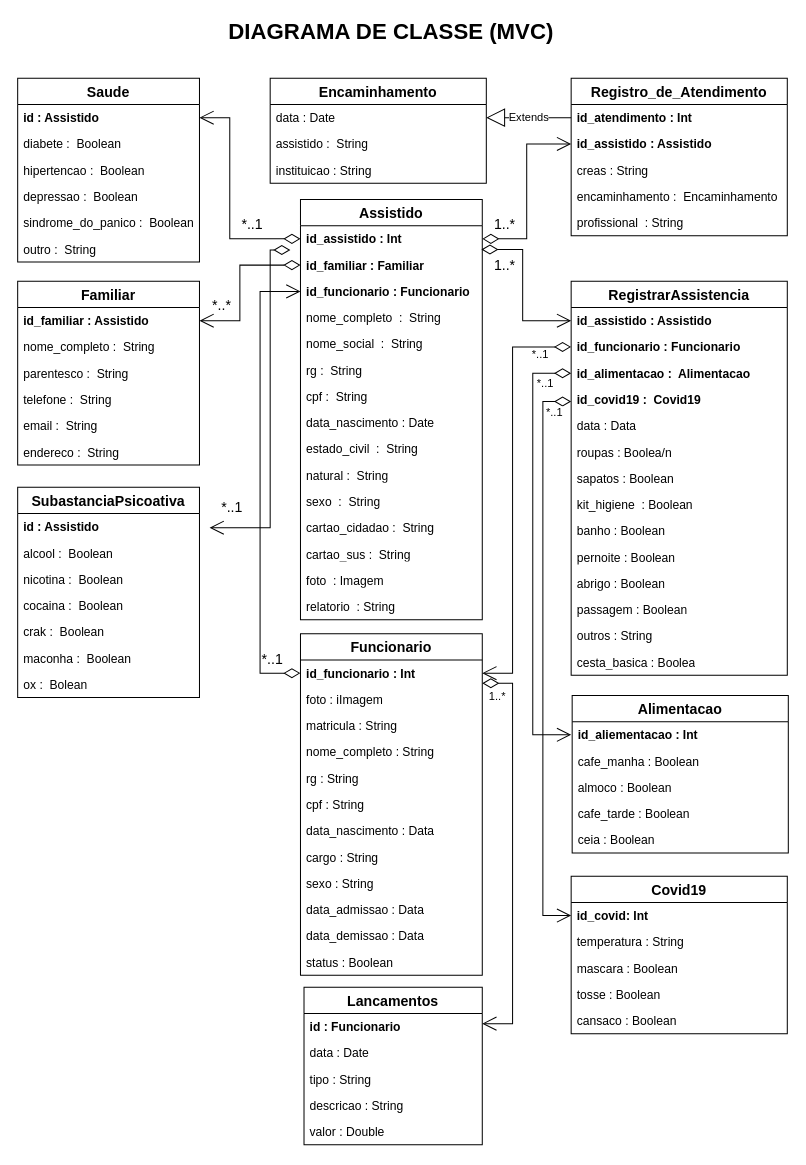
The draw.io diagram DOCUMENTOS/DIAGRAMA DE CLASSE.drawio in DanielS262/Projeto-ONG, before the edit. Source tidied: cells renumbered, new cells numbered last; positions are measured from the earlier drawing's top-left corner, leaving out a move shared by most shapes. Both pictures are drawn from the tidied source at 101%, with x=0, y=0 at pixel (17, 17).
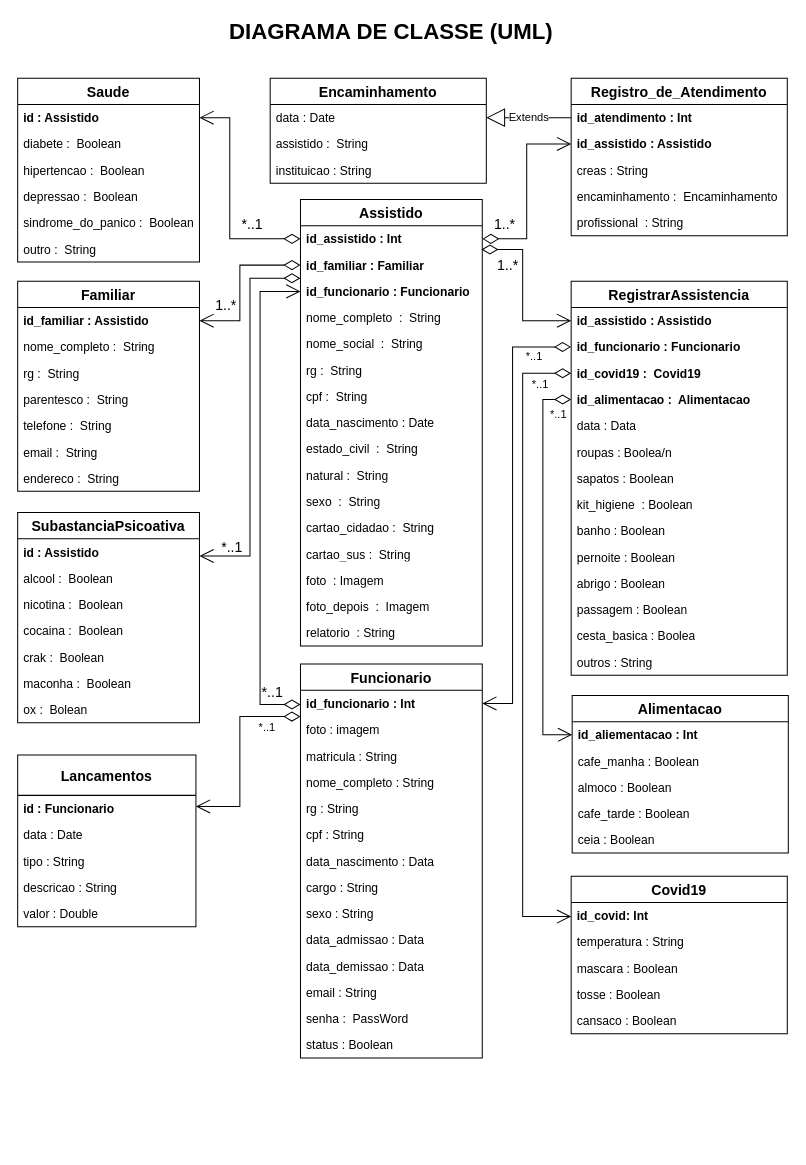
Above is the later version.

Commit message (it also covers changes not shown here):
ATUALIZAÇÃO, DIAG. CLASSE, DCU E SITE

Unchanged cells that the change refers to:
```xml
<mxCell id="5" value="id_funcionario : Funcionario" style="text;strokeColor=none;fillColor=none;align=left;verticalAlign=top;spacingLeft=4;spacingRight=4;overflow=hidden;points=[[0,0.5],[1,0.5]];portConstraint=eastwest;fontStyle=1;" parent="2" vertex="1">
  <mxGeometry y="78" width="180" height="26" as="geometry" />
</mxCell>
<mxCell id="29" value="id_funcionario : Int" style="text;strokeColor=none;fillColor=none;align=left;verticalAlign=top;spacingLeft=4;spacingRight=4;overflow=hidden;points=[[0,0.5],[1,0.5]];portConstraint=eastwest;fontStyle=1;" parent="28" vertex="1">
  <mxGeometry y="26" width="180" height="26" as="geometry" />
</mxCell>
<mxCell id="41" value="RegistrarAssistencia" style="swimlane;fontStyle=1;horizontal=1;startSize=26;fillColor=none;fontSize=14;" parent="1" vertex="1">
  <mxGeometry x="548" y="261" width="214" height="390" as="geometry" />
</mxCell>
<mxCell id="43" value="id_funcionario : Funcionario" style="text;strokeColor=none;fillColor=none;align=left;verticalAlign=top;spacingLeft=4;spacingRight=4;overflow=hidden;points=[[0,0.5],[1,0.5]];portConstraint=eastwest;fontStyle=1;" parent="41" vertex="1">
  <mxGeometry y="52" width="214" height="26" as="geometry" />
</mxCell>
<mxCell id="57" value="id : Assistido" style="text;strokeColor=none;fillColor=none;align=left;verticalAlign=top;spacingLeft=4;spacingRight=4;overflow=hidden;points=[[0,0.5],[1,0.5]];portConstraint=eastwest;fontStyle=1;" parent="56" vertex="1">
  <mxGeometry y="26" width="180" height="26" as="geometry" />
</mxCell>
<mxCell id="89" style="endArrow=open;html=1;endSize=12;startArrow=diamondThin;startSize=14;startFill=0;edgeStyle=orthogonalEdgeStyle;rounded=0;fontSize=14;entryX=1;entryY=0.5;entryDx=0;entryDy=0;exitX=0;exitY=0.5;exitDx=0;exitDy=0;" parent="1" edge="1" source="4" target="22">
  <mxGeometry relative="1" as="geometry">
    <Array as="points">
      <mxPoint x="220" y="245" />
      <mxPoint x="220" y="300" />
    </Array>
  </mxGeometry>
</mxCell>
<mxCell id="94" value="id_aliementacao : Int" style="text;strokeColor=none;fillColor=none;align=left;verticalAlign=top;spacingLeft=4;spacingRight=4;overflow=hidden;points=[[0,0.5],[1,0.5]];portConstraint=eastwest;fontStyle=1;" parent="93" vertex="1">
  <mxGeometry y="26" width="214" height="26" as="geometry" />
</mxCell>
<mxCell id="103" value="id_covid: Int" style="text;strokeColor=none;fillColor=none;align=left;verticalAlign=top;spacingLeft=4;spacingRight=4;overflow=hidden;points=[[0,0.5],[1,0.5]];portConstraint=eastwest;fontStyle=1;" parent="102" vertex="1">
  <mxGeometry y="26" width="214" height="26" as="geometry" />
</mxCell>
```

Change to the diagram source:
```diff
@@
     <mxCell id="2" value="Assistido" style="swimlane;fontStyle=1;horizontal=1;startSize=26;fillColor=none;fontSize=14;" parent="1" vertex="1">
-      <mxGeometry x="280" y="180" width="180" height="416" as="geometry" />
+      <mxGeometry x="280" y="180" width="180" height="442" as="geometry" />
     </mxCell>
@@
-    <mxCell id="16" style="endArrow=open;html=1;endSize=12;startArrow=diamondThin;startSize=14;startFill=0;edgeStyle=orthogonalEdgeStyle;rounded=0;fontSize=14;" parent="2" edge="1">
-      <mxGeometry relative="1" as="geometry">
-        <mxPoint x="-10" y="50" as="sourcePoint" />
-        <mxPoint x="-90" y="325" as="targetPoint" />
-        <Array as="points">
-          <mxPoint x="-30" y="325" />
-        </Array>
-      </mxGeometry>
-    </mxCell>
-    <mxCell id="17" value="*..*" style="edgeLabel;html=1;align=left;verticalAlign=top;fontSize=14;" parent="16" vertex="1">
-      <mxGeometry x="-1" relative="1" as="geometry">
-        <mxPoint x="-79" y="40" as="offset" />
-      </mxGeometry>
-    </mxCell>
-    <mxCell id="18" value="1..*" style="edgeLabel;html=1;align=left;verticalAlign=top;fontSize=14;" parent="16" vertex="1">
-      <mxGeometry x="-1" relative="1" as="geometry">
-        <mxPoint x="200" as="offset" />
-      </mxGeometry>
-    </mxCell>
@@
-    <mxCell id="20" value="relatorio  : String" style="text;strokeColor=none;fillColor=none;align=left;verticalAlign=top;spacingLeft=4;spacingRight=4;overflow=hidden;whiteSpace=wrap;" parent="2" vertex="1">
+    <mxCell id="20" value="foto_depois  :  Imagem" style="text;strokeColor=none;fillColor=none;align=left;verticalAlign=top;spacingLeft=4;spacingRight=4;overflow=hidden;whiteSpace=wrap;" parent="2" vertex="1">
       <mxGeometry y="390" width="180" height="26" as="geometry" />
     </mxCell>
+    <mxCell id="118" value="relatorio  : String" style="text;strokeColor=none;fillColor=none;align=left;verticalAlign=top;spacingLeft=4;spacingRight=4;overflow=hidden;whiteSpace=wrap;" parent="2" vertex="1">
+      <mxGeometry y="416" width="180" height="26" as="geometry" />
+    </mxCell>
     <mxCell id="21" value="Familiar" style="swimlane;fontStyle=1;horizontal=1;startSize=26;fillColor=none;fontSize=14;" parent="1" vertex="1">
-      <mxGeometry y="261" width="180" height="182" as="geometry" />
+      <mxGeometry y="261" width="180" height="208" as="geometry" />
     </mxCell>
@@
+    <mxCell id="119" value="rg :  String" style="text;strokeColor=none;fillColor=none;align=left;verticalAlign=top;spacingLeft=4;spacingRight=4;overflow=hidden;" parent="21" vertex="1">
+      <mxGeometry y="78" width="180" height="26" as="geometry" />
+    </mxCell>
     <mxCell id="24" value="parentesco :  String" style="text;strokeColor=none;fillColor=none;align=left;verticalAlign=top;spacingLeft=4;spacingRight=4;overflow=hidden;" parent="21" vertex="1">
-      <mxGeometry y="78" width="180" height="26" as="geometry" />
+      <mxGeometry y="104" width="180" height="26" as="geometry" />
     </mxCell>
     <mxCell id="25" value="telefone :  String" style="text;strokeColor=none;fillColor=none;align=left;verticalAlign=top;spacingLeft=4;spacingRight=4;overflow=hidden;" parent="21" vertex="1">
-      <mxGeometry y="104" width="180" height="26" as="geometry" />
+      <mxGeometry y="130" width="180" height="26" as="geometry" />
     </mxCell>
     <mxCell id="26" value="email :  String" style="text;strokeColor=none;fillColor=none;align=left;verticalAlign=top;spacingLeft=4;spacingRight=4;overflow=hidden;" parent="21" vertex="1">
-      <mxGeometry y="130" width="180" height="26" as="geometry" />
+      <mxGeometry y="156" width="180" height="26" as="geometry" />
     </mxCell>
     <mxCell id="27" value="endereco :  String" style="text;strokeColor=none;fillColor=none;align=left;verticalAlign=top;spacingLeft=4;spacingRight=4;overflow=hidden;" parent="21" vertex="1">
-      <mxGeometry y="156" width="180" height="26" as="geometry" />
+      <mxGeometry y="182" width="180" height="26" as="geometry" />
     </mxCell>
     <mxCell id="28" value="Funcionario" style="swimlane;fontStyle=1;horizontal=1;startSize=26;fillColor=none;fontSize=14;" parent="1" vertex="1">
-      <mxGeometry x="280" y="610" width="180" height="338" as="geometry" />
+      <mxGeometry x="280" y="640" width="180" height="390" as="geometry" />
     </mxCell>
@@
-    <mxCell id="30" value="foto : iImagem" style="text;strokeColor=none;fillColor=none;align=left;verticalAlign=top;spacingLeft=4;spacingRight=4;overflow=hidden;" parent="28" vertex="1">
+    <mxCell id="30" value="foto : imagem" style="text;strokeColor=none;fillColor=none;align=left;verticalAlign=top;spacingLeft=4;spacingRight=4;overflow=hidden;" parent="28" vertex="1">
       <mxGeometry y="52" width="180" height="26" as="geometry" />
     </mxCell>
@@
-    <mxCell id="40" value="status : Boolean" style="text;strokeColor=none;fillColor=none;align=left;verticalAlign=top;spacingLeft=4;spacingRight=4;overflow=hidden;" parent="28" vertex="1">
+    <mxCell id="40" value="email : String" style="text;strokeColor=none;fillColor=none;align=left;verticalAlign=top;spacingLeft=4;spacingRight=4;overflow=hidden;" parent="28" vertex="1">
       <mxGeometry y="312" width="180" height="26" as="geometry" />
     </mxCell>
+    <mxCell id="120" value="senha :  PassWord" style="text;strokeColor=none;fillColor=none;align=left;verticalAlign=top;spacingLeft=4;spacingRight=4;overflow=hidden;" parent="28" vertex="1">
+      <mxGeometry y="338" width="180" height="26" as="geometry" />
+    </mxCell>
+    <mxCell id="121" value="status : Boolean" style="text;strokeColor=none;fillColor=none;align=left;verticalAlign=top;spacingLeft=4;spacingRight=4;overflow=hidden;" parent="28" vertex="1">
+      <mxGeometry y="364" width="180" height="26" as="geometry" />
+    </mxCell>
@@
+    <mxCell id="45" value="id_covid19 :  Covid19" style="text;strokeColor=none;fillColor=none;align=left;verticalAlign=top;spacingLeft=4;spacingRight=4;overflow=hidden;points=[[0,0.5],[1,0.5]];portConstraint=eastwest;fontStyle=1;" parent="41" vertex="1">
+      <mxGeometry y="78" width="214" height="26" as="geometry" />
+    </mxCell>
     <mxCell id="44" value="id_alimentacao :  Alimentacao" style="text;strokeColor=none;fillColor=none;align=left;verticalAlign=top;spacingLeft=4;spacingRight=4;overflow=hidden;points=[[0,0.5],[1,0.5]];portConstraint=eastwest;fontStyle=1;" parent="41" vertex="1">
-      <mxGeometry y="78" width="214" height="26" as="geometry" />
+      <mxGeometry y="104" width="214" height="26" as="geometry" />
     </mxCell>
-    <mxCell id="45" value="id_covid19 :  Covid19" style="text;strokeColor=none;fillColor=none;align=left;verticalAlign=top;spacingLeft=4;spacingRight=4;overflow=hidden;points=[[0,0.5],[1,0.5]];portConstraint=eastwest;fontStyle=1;" parent="41" vertex="1">
-      <mxGeometry y="104" width="214" height="26" as="geometry" />
-    </mxCell>
@@
+    <mxCell id="55" value="cesta_basica : Boolea" style="text;strokeColor=none;fillColor=none;align=left;verticalAlign=top;spacingLeft=4;spacingRight=4;overflow=hidden;whiteSpace=wrap;" parent="41" vertex="1">
+      <mxGeometry y="338" width="214" height="26" as="geometry" />
+    </mxCell>
     <mxCell id="54" value="outros : String" style="text;strokeColor=none;fillColor=none;align=left;verticalAlign=top;spacingLeft=4;spacingRight=4;overflow=hidden;whiteSpace=wrap;" parent="41" vertex="1">
-      <mxGeometry y="338" width="214" height="26" as="geometry" />
+      <mxGeometry y="364" width="214" height="26" as="geometry" />
     </mxCell>
-    <mxCell id="55" value="cesta_basica : Boolea" style="text;strokeColor=none;fillColor=none;align=left;verticalAlign=top;spacingLeft=4;spacingRight=4;overflow=hidden;whiteSpace=wrap;" parent="41" vertex="1">
-      <mxGeometry y="364" width="214" height="26" as="geometry" />
-    </mxCell>
     <mxCell id="56" value="SubastanciaPsicoativa" style="swimlane;fontStyle=1;horizontal=1;startSize=26;fillColor=none;fontSize=14;" parent="1" vertex="1">
-      <mxGeometry y="465" width="180" height="208" as="geometry" />
+      <mxGeometry y="490" width="180" height="208" as="geometry" />
     </mxCell>
@@
-    <mxCell id="77" value="DIAGRAMA DE CLASSE (MVC)" style="text;html=1;strokeColor=none;fillColor=none;align=center;verticalAlign=middle;whiteSpace=wrap;rounded=0;fontStyle=1;horizontal=1;fontSize=22;" parent="1" vertex="1">
+    <mxCell id="77" value="DIAGRAMA DE CLASSE (UML)" style="text;html=1;strokeColor=none;fillColor=none;align=center;verticalAlign=middle;whiteSpace=wrap;rounded=0;fontStyle=1;horizontal=1;fontSize=22;" parent="1" vertex="1">
       <mxGeometry x="192" width="356" height="30" as="geometry" />
     </mxCell>
@@
-    <mxCell id="82" value="Lancamentos" style="swimlane;fontStyle=1;horizontal=1;startSize=26;fillColor=none;fontSize=14;" parent="1" vertex="1">
-      <mxGeometry x="283.5" y="960" width="176.5" height="156" as="geometry" />
+    <mxCell id="82" value="Lancamentos" style="swimlane;fontStyle=1;horizontal=1;startSize=40;fillColor=none;fontSize=14;" parent="1" vertex="1">
+      <mxGeometry y="730" width="176.5" height="170" as="geometry" />
     </mxCell>
     <mxCell id="83" value="id : Funcionario" style="text;strokeColor=none;fillColor=none;align=left;verticalAlign=top;spacingLeft=4;spacingRight=4;overflow=hidden;points=[[0,0.5],[1,0.5]];portConstraint=eastwest;fontStyle=1;" parent="82" vertex="1">
-      <mxGeometry y="26" width="176.5" height="26" as="geometry" />
+      <mxGeometry y="40" width="176.5" height="26" as="geometry" />
     </mxCell>
     <mxCell id="84" value="data : Date" style="text;strokeColor=none;fillColor=none;align=left;verticalAlign=top;spacingLeft=4;spacingRight=4;overflow=hidden;fontStyle=0;" parent="82" vertex="1">
-      <mxGeometry y="52" width="176.5" height="26" as="geometry" />
+      <mxGeometry y="66" width="176.5" height="26" as="geometry" />
     </mxCell>
     <mxCell id="85" value="tipo : String" style="text;strokeColor=none;fillColor=none;align=left;verticalAlign=top;spacingLeft=4;spacingRight=4;overflow=hidden;fontStyle=0;" parent="82" vertex="1">
-      <mxGeometry y="78" width="176.5" height="26" as="geometry" />
+      <mxGeometry y="92" width="176.5" height="26" as="geometry" />
     </mxCell>
     <mxCell id="86" value="descricao : String" style="text;strokeColor=none;fillColor=none;align=left;verticalAlign=top;spacingLeft=4;spacingRight=4;overflow=hidden;fontStyle=0;" parent="82" vertex="1">
-      <mxGeometry y="104" width="176.5" height="26" as="geometry" />
+      <mxGeometry y="118" width="176.5" height="26" as="geometry" />
     </mxCell>
     <mxCell id="87" value="valor : Double" style="text;strokeColor=none;fillColor=none;align=left;verticalAlign=top;spacingLeft=4;spacingRight=4;overflow=hidden;fontStyle=0;" parent="82" vertex="1">
-      <mxGeometry y="130" width="176.5" height="26" as="geometry" />
+      <mxGeometry y="144" width="176.5" height="26" as="geometry" />
     </mxCell>
@@
+    <mxCell id="91" value="*..1" style="edgeLabel;html=1;align=left;verticalAlign=top;fontSize=14;" parent="89" vertex="1">
+      <mxGeometry x="-1" relative="1" as="geometry">
+        <mxPoint x="-80" y="265" as="offset" />
+      </mxGeometry>
+    </mxCell>
     <mxCell id="90" value="*..1" style="edgeLabel;html=1;align=left;verticalAlign=top;fontSize=14;" parent="89" vertex="1">
       <mxGeometry x="-1" relative="1" as="geometry">
-        <mxPoint x="-40" y="375" as="offset" />
+        <mxPoint x="-40" y="408" as="offset" />
       </mxGeometry>
     </mxCell>
-    <mxCell id="91" value="*..1" style="edgeLabel;html=1;align=left;verticalAlign=top;fontSize=14;" parent="89" vertex="1">
-      <mxGeometry x="-1" relative="1" as="geometry">
-        <mxPoint x="-80" y="225" as="offset" />
-      </mxGeometry>
-    </mxCell>
-    <mxCell id="92" style="endArrow=open;html=1;endSize=12;startArrow=diamondThin;startSize=14;startFill=0;edgeStyle=orthogonalEdgeStyle;rounded=0;fontSize=14;entryX=0;entryY=0.5;entryDx=0;entryDy=0;" parent="1" edge="1" source="29" target="5">
+    <mxCell id="92" style="endArrow=open;html=1;endSize=12;startArrow=diamondThin;startSize=14;startFill=0;edgeStyle=orthogonalEdgeStyle;rounded=0;fontSize=14;entryX=0;entryY=0.5;entryDx=0;entryDy=0;" parent="1" edge="1" source="28" target="5">
       <mxGeometry relative="1" as="geometry">
         <Array as="points">
-          <mxPoint x="240" y="649" />
+          <mxPoint x="240" y="680" />
           <mxPoint x="240" y="271" />
         </Array>
       </mxGeometry>
     </mxCell>
@@
-    <mxCell id="99" style="endArrow=open;html=1;endSize=12;startArrow=diamondThin;startSize=14;startFill=0;edgeStyle=orthogonalEdgeStyle;rounded=0;exitX=0;exitY=0.5;exitDx=0;exitDy=0;" parent="1" edge="1" source="44">
+    <mxCell id="99" style="endArrow=open;html=1;endSize=12;startArrow=diamondThin;startSize=14;startFill=0;edgeStyle=orthogonalEdgeStyle;rounded=0;" parent="1" edge="1" target="103">
       <mxGeometry relative="1" as="geometry">
-        <mxPoint x="548" y="710" as="targetPoint" />
+        <mxPoint x="548" y="352" as="sourcePoint" />
         <Array as="points">
-          <mxPoint x="510" y="352" />
-          <mxPoint x="510" y="710" />
+          <mxPoint x="500" y="352" />
+          <mxPoint x="500" y="890" />
         </Array>
       </mxGeometry>
     </mxCell>
     <mxCell id="100" value="*..1" style="edgeLabel;html=1;align=right;verticalAlign=top;" parent="99" vertex="1">
       <mxGeometry x="1" relative="1" as="geometry">
-        <mxPoint x="-17" y="-361" as="offset" />
+        <mxPoint x="-4" y="-510" as="offset" />
       </mxGeometry>
     </mxCell>
     <mxCell id="101" value="*..1" style="edgeLabel;html=1;align=right;verticalAlign=top;" parent="99" vertex="1">
       <mxGeometry x="1" relative="1" as="geometry">
-        <mxPoint x="-22" y="-390" as="offset" />
+        <mxPoint x="-22" y="-540" as="offset" />
       </mxGeometry>
     </mxCell>
+    <mxCell id="109" value="*..1" style="edgeLabel;html=1;align=right;verticalAlign=top;" parent="99" vertex="1">
+      <mxGeometry x="1" relative="1" as="geometry">
+        <mxPoint x="-28" y="-568" as="offset" />
+      </mxGeometry>
+    </mxCell>
@@
-    <mxCell id="108" style="endArrow=open;html=1;endSize=12;startArrow=diamondThin;startSize=14;startFill=0;edgeStyle=orthogonalEdgeStyle;rounded=0;entryX=0;entryY=0.5;entryDx=0;entryDy=0;" parent="1" edge="1" source="45" target="103">
-      <mxGeometry relative="1" as="geometry">
-        <Array as="points">
-          <mxPoint x="520" y="380" />
-          <mxPoint x="520" y="889" />
-        </Array>
-      </mxGeometry>
-    </mxCell>
-    <mxCell id="109" value="*..1" style="edgeLabel;html=1;align=right;verticalAlign=top;" parent="108" vertex="1">
-      <mxGeometry x="1" relative="1" as="geometry">
-        <mxPoint x="-8" y="-511" as="offset" />
-      </mxGeometry>
-    </mxCell>
     <mxCell id="110" style="endArrow=open;html=1;endSize=12;startArrow=diamondThin;startSize=14;startFill=0;edgeStyle=orthogonalEdgeStyle;rounded=0;fontSize=14;" parent="1" edge="1" source="43" target="29">
       <mxGeometry relative="1" as="geometry">
         <Array as="points">
           <mxPoint x="490" y="326" />
-          <mxPoint x="490" y="649" />
+          <mxPoint x="490" y="679" />
         </Array>
       </mxGeometry>
     </mxCell>
@@
-    <mxCell id="116" style="endArrow=open;html=1;endSize=12;startArrow=diamondThin;startSize=14;startFill=0;edgeStyle=orthogonalEdgeStyle;rounded=0;" parent="1" edge="1" target="83">
-      <mxGeometry relative="1" as="geometry">
-        <mxPoint x="460" y="659" as="sourcePoint" />
-        <Array as="points">
-          <mxPoint x="490" y="659" />
-          <mxPoint x="490" y="996" />
-        </Array>
-      </mxGeometry>
-    </mxCell>
-    <mxCell id="117" value="1..*" style="edgeLabel;html=1;align=left;verticalAlign=top;" parent="116" vertex="1">
-      <mxGeometry x="-1" relative="1" as="geometry">
-        <mxPoint x="5" as="offset" />
-      </mxGeometry>
-    </mxCell>
+    <mxCell id="16" style="endArrow=open;html=1;endSize=12;startArrow=diamondThin;startSize=14;startFill=0;edgeStyle=orthogonalEdgeStyle;rounded=0;fontSize=14;" parent="1" edge="1" target="57">
+      <mxGeometry relative="1" as="geometry">
+        <mxPoint x="280" y="258" as="sourcePoint" />
+        <Array as="points">
+          <mxPoint x="230" y="258" />
+          <mxPoint x="230" y="533" />
+        </Array>
+      </mxGeometry>
+    </mxCell>
+    <mxCell id="17" value="1..*" style="edgeLabel;html=1;align=left;verticalAlign=top;fontSize=14;" parent="16" vertex="1">
+      <mxGeometry x="-1" relative="1" as="geometry">
+        <mxPoint x="-86" y="12" as="offset" />
+      </mxGeometry>
+    </mxCell>
+    <mxCell id="18" value="1..*" style="edgeLabel;html=1;align=left;verticalAlign=top;fontSize=14;" parent="16" vertex="1">
+      <mxGeometry x="-1" relative="1" as="geometry">
+        <mxPoint x="193" y="-28" as="offset" />
+      </mxGeometry>
+    </mxCell>
+    <mxCell id="122" style="endArrow=open;html=1;endSize=12;startArrow=diamondThin;startSize=14;startFill=0;edgeStyle=orthogonalEdgeStyle;rounded=0;entryX=1;entryY=0.5;entryDx=0;entryDy=0;exitX=0;exitY=0.077;exitDx=0;exitDy=0;exitPerimeter=0;" parent="1" edge="1">
+      <mxGeometry relative="1" as="geometry">
+        <mxPoint x="280" y="692" as="sourcePoint" />
+        <mxPoint x="176.5" y="781" as="targetPoint" />
+        <Array as="points">
+          <mxPoint x="220" y="692" />
+          <mxPoint x="220" y="781" />
+        </Array>
+      </mxGeometry>
+    </mxCell>
+    <mxCell id="123" value="*..1" style="edgeLabel;html=1;align=left;verticalAlign=top;rotation=0;" parent="122" vertex="1">
+      <mxGeometry x="-1" relative="1" as="geometry">
+        <mxPoint x="-43" y="-2" as="offset" />
+      </mxGeometry>
+    </mxCell>
+    <mxCell id="124" style="endArrow=open;html=1;endSize=12;startArrow=diamondThin;startSize=14;startFill=0;edgeStyle=orthogonalEdgeStyle;rounded=0;exitX=0;exitY=0.5;exitDx=0;exitDy=0;" parent="1" edge="1" source="44" target="94">
+      <mxGeometry relative="1" as="geometry">
+        <Array as="points">
+          <mxPoint x="520" y="378" />
+          <mxPoint x="520" y="710" />
+        </Array>
+      </mxGeometry>
+    </mxCell>
```
